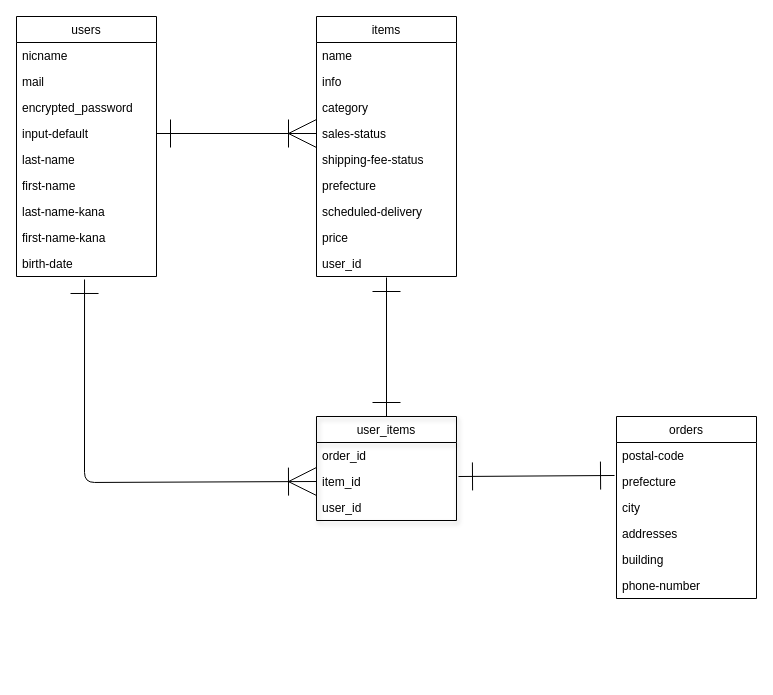
This is test.dio from onacyan2/furima-36991, a draw.io file, before an edit. Source tidied: cells renumbered, new cells numbered last; positions are measured from the earlier drawing's top-left corner, leaving out a move shared by most shapes. Both pictures are drawn from the tidied source at 100%, with x=0, y=0 at pixel (16, 16).
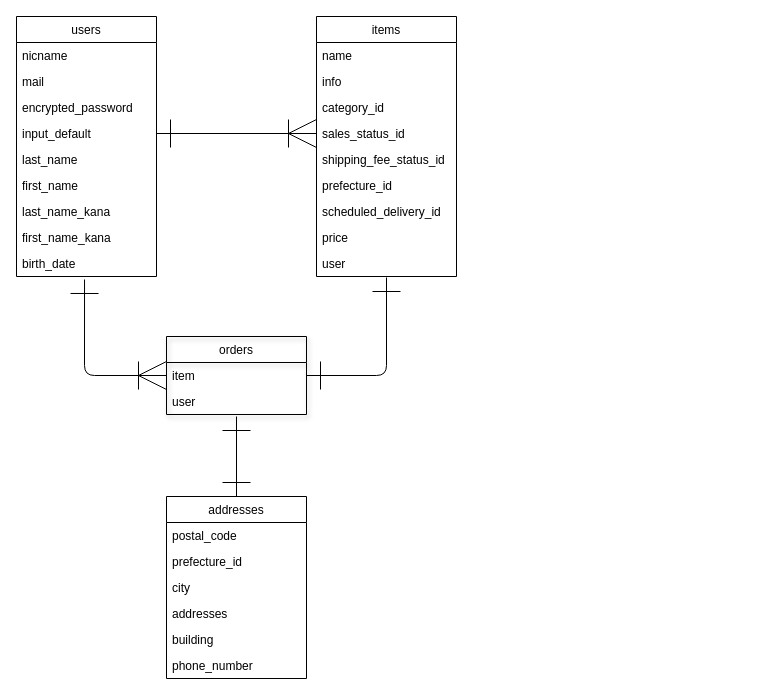
Above is the later version.

Commit message (it also covers changes not shown here):
ER図/READMEの変更３

Unchanged cells that the change refers to:
```xml
<mxCell id="9" value="items" style="swimlane;fontStyle=0;horizontal=1;startSize=26;" parent="1" vertex="1">
  <mxGeometry x="300" width="140" height="260" as="geometry" />
</mxCell>
<mxCell id="19" value="users" style="swimlane;fontStyle=0;horizontal=1;startSize=26;" parent="1" vertex="1">
  <mxGeometry width="140" height="260" as="geometry" />
</mxCell>
```

Diff of the diagram source:
```diff
@@
-    <mxCell id="2" value="orders" style="swimlane;fontStyle=0;horizontal=1;startSize=26;" parent="1" vertex="1">
-      <mxGeometry x="600" y="400" width="140" height="182" as="geometry" />
+    <mxCell id="2" value="addresses" style="swimlane;fontStyle=0;horizontal=1;startSize=26;" parent="1" vertex="1">
+      <mxGeometry x="150" y="480" width="140" height="182" as="geometry" />
     </mxCell>
-    <mxCell id="3" value="postal-code" style="text;strokeColor=none;fillColor=none;align=left;verticalAlign=top;spacingLeft=4;spacingRight=4;overflow=hidden;" parent="2" vertex="1">
+    <mxCell id="3" value="postal_code" style="text;strokeColor=none;fillColor=none;align=left;verticalAlign=top;spacingLeft=4;spacingRight=4;overflow=hidden;" parent="2" vertex="1">
       <mxGeometry y="26" width="140" height="26" as="geometry" />
     </mxCell>
-    <mxCell id="4" value="prefecture" style="text;strokeColor=none;fillColor=none;align=left;verticalAlign=top;spacingLeft=4;spacingRight=4;overflow=hidden;points=[[0,0.5],[1,0.5]];portConstraint=eastwest;" parent="2" vertex="1">
+    <mxCell id="4" value="prefecture_id" style="text;strokeColor=none;fillColor=none;align=left;verticalAlign=top;spacingLeft=4;spacingRight=4;overflow=hidden;points=[[0,0.5],[1,0.5]];portConstraint=eastwest;" parent="2" vertex="1">
       <mxGeometry y="52" width="140" height="26" as="geometry" />
     </mxCell>
@@
-    <mxCell id="8" value="phone-number" style="text;strokeColor=none;fillColor=none;align=left;verticalAlign=top;spacingLeft=4;spacingRight=4;overflow=hidden;" parent="2" vertex="1">
+    <mxCell id="8" value="phone_number" style="text;strokeColor=none;fillColor=none;align=left;verticalAlign=top;spacingLeft=4;spacingRight=4;overflow=hidden;" parent="2" vertex="1">
       <mxGeometry y="156" width="140" height="26" as="geometry" />
     </mxCell>
@@
-    <mxCell id="12" value="category" style="text;strokeColor=none;fillColor=none;align=left;verticalAlign=top;spacingLeft=4;spacingRight=4;overflow=hidden;" parent="9" vertex="1">
+    <mxCell id="12" value="category_id" style="text;strokeColor=none;fillColor=none;align=left;verticalAlign=top;spacingLeft=4;spacingRight=4;overflow=hidden;" parent="9" vertex="1">
       <mxGeometry y="78" width="140" height="26" as="geometry" />
     </mxCell>
-    <mxCell id="13" value="sales-status" style="text;strokeColor=none;fillColor=none;align=left;verticalAlign=top;spacingLeft=4;spacingRight=4;overflow=hidden;points=[[0,0.5],[1,0.5]];portConstraint=eastwest;" parent="9" vertex="1">
+    <mxCell id="13" value="sales_status_id" style="text;strokeColor=none;fillColor=none;align=left;verticalAlign=top;spacingLeft=4;spacingRight=4;overflow=hidden;points=[[0,0.5],[1,0.5]];portConstraint=eastwest;" parent="9" vertex="1">
       <mxGeometry y="104" width="140" height="26" as="geometry" />
     </mxCell>
-    <mxCell id="14" value="shipping-fee-status" style="text;strokeColor=none;fillColor=none;align=left;verticalAlign=top;spacingLeft=4;spacingRight=4;overflow=hidden;" parent="9" vertex="1">
+    <mxCell id="14" value="shipping_fee_status_id" style="text;strokeColor=none;fillColor=none;align=left;verticalAlign=top;spacingLeft=4;spacingRight=4;overflow=hidden;" parent="9" vertex="1">
       <mxGeometry y="130" width="140" height="26" as="geometry" />
     </mxCell>
-    <mxCell id="15" value="prefecture" style="text;strokeColor=none;fillColor=none;align=left;verticalAlign=top;spacingLeft=4;spacingRight=4;overflow=hidden;" parent="9" vertex="1">
+    <mxCell id="15" value="prefecture_id" style="text;strokeColor=none;fillColor=none;align=left;verticalAlign=top;spacingLeft=4;spacingRight=4;overflow=hidden;" parent="9" vertex="1">
       <mxGeometry y="156" width="140" height="26" as="geometry" />
     </mxCell>
-    <mxCell id="16" value="scheduled-delivery" style="text;strokeColor=none;fillColor=none;align=left;verticalAlign=top;spacingLeft=4;spacingRight=4;overflow=hidden;" parent="9" vertex="1">
+    <mxCell id="16" value="scheduled_delivery_id" style="text;strokeColor=none;fillColor=none;align=left;verticalAlign=top;spacingLeft=4;spacingRight=4;overflow=hidden;" parent="9" vertex="1">
       <mxGeometry y="182" width="140" height="26" as="geometry" />
     </mxCell>
@@
-    <mxCell id="18" value="user_id" style="text;strokeColor=none;fillColor=none;align=left;verticalAlign=top;spacingLeft=4;spacingRight=4;overflow=hidden;" parent="9" vertex="1">
+    <mxCell id="18" value="user" style="text;strokeColor=none;fillColor=none;align=left;verticalAlign=top;spacingLeft=4;spacingRight=4;overflow=hidden;" parent="9" vertex="1">
       <mxGeometry y="234" width="140" height="26" as="geometry" />
     </mxCell>
@@
-    <mxCell id="23" value="input-default" style="text;strokeColor=none;fillColor=none;align=left;verticalAlign=top;spacingLeft=4;spacingRight=4;overflow=hidden;points=[[0,0.5],[1,0.5]];portConstraint=eastwest;shadow=1;" parent="19" vertex="1">
+    <mxCell id="23" value="input_default" style="text;strokeColor=none;fillColor=none;align=left;verticalAlign=top;spacingLeft=4;spacingRight=4;overflow=hidden;points=[[0,0.5],[1,0.5]];portConstraint=eastwest;shadow=1;" parent="19" vertex="1">
       <mxGeometry y="104" width="140" height="26" as="geometry" />
     </mxCell>
-    <mxCell id="24" value="last-name" style="text;strokeColor=none;fillColor=none;align=left;verticalAlign=top;spacingLeft=4;spacingRight=4;overflow=hidden;shadow=1;" parent="19" vertex="1">
+    <mxCell id="24" value="last_name" style="text;strokeColor=none;fillColor=none;align=left;verticalAlign=top;spacingLeft=4;spacingRight=4;overflow=hidden;shadow=1;" parent="19" vertex="1">
       <mxGeometry y="130" width="140" height="26" as="geometry" />
     </mxCell>
-    <mxCell id="25" value="first-name" style="text;strokeColor=none;fillColor=none;align=left;verticalAlign=top;spacingLeft=4;spacingRight=4;overflow=hidden;shadow=1;" parent="19" vertex="1">
+    <mxCell id="25" value="first_name" style="text;strokeColor=none;fillColor=none;align=left;verticalAlign=top;spacingLeft=4;spacingRight=4;overflow=hidden;shadow=1;" parent="19" vertex="1">
       <mxGeometry y="156" width="140" height="26" as="geometry" />
     </mxCell>
-    <mxCell id="26" value="last-name-kana" style="text;strokeColor=none;fillColor=none;align=left;verticalAlign=top;spacingLeft=4;spacingRight=4;overflow=hidden;shadow=1;" parent="19" vertex="1">
+    <mxCell id="26" value="last_name_kana" style="text;strokeColor=none;fillColor=none;align=left;verticalAlign=top;spacingLeft=4;spacingRight=4;overflow=hidden;shadow=1;" parent="19" vertex="1">
       <mxGeometry y="182" width="140" height="26" as="geometry" />
     </mxCell>
-    <mxCell id="27" value="first-name-kana" style="text;strokeColor=none;fillColor=none;align=left;verticalAlign=top;spacingLeft=4;spacingRight=4;overflow=hidden;shadow=1;" parent="19" vertex="1">
+    <mxCell id="27" value="first_name_kana" style="text;strokeColor=none;fillColor=none;align=left;verticalAlign=top;spacingLeft=4;spacingRight=4;overflow=hidden;shadow=1;" parent="19" vertex="1">
       <mxGeometry y="208" width="140" height="26" as="geometry" />
     </mxCell>
-    <mxCell id="28" value="birth-date" style="text;strokeColor=none;fillColor=none;align=left;verticalAlign=top;spacingLeft=4;spacingRight=4;overflow=hidden;points=[[0,0.5],[1,0.5]];portConstraint=eastwest;shadow=1;" parent="19" vertex="1">
+    <mxCell id="28" value="birth_date" style="text;strokeColor=none;fillColor=none;align=left;verticalAlign=top;spacingLeft=4;spacingRight=4;overflow=hidden;points=[[0,0.5],[1,0.5]];portConstraint=eastwest;shadow=1;" parent="19" vertex="1">
       <mxGeometry y="234" width="140" height="26" as="geometry" />
     </mxCell>
-    <mxCell id="29" value="user_items" style="swimlane;fontStyle=0;horizontal=1;startSize=26;fillColor=none;shadow=1;verticalAlign=top;" parent="1" vertex="1">
-      <mxGeometry x="300" y="400" width="140" height="104" as="geometry" />
+    <mxCell id="29" value="orders" style="swimlane;fontStyle=0;horizontal=1;startSize=26;fillColor=none;shadow=1;verticalAlign=top;" parent="1" vertex="1">
+      <mxGeometry x="150" y="320" width="140" height="78" as="geometry" />
     </mxCell>
-    <mxCell id="30" value="order_id" style="text;strokeColor=none;fillColor=none;align=left;verticalAlign=top;spacingLeft=4;spacingRight=4;overflow=hidden;" parent="29" vertex="1">
-      <mxGeometry y="26" width="140" height="26" as="geometry" />
-    </mxCell>
-    <mxCell id="31" value="item_id" style="text;strokeColor=none;fillColor=none;align=left;verticalAlign=top;spacingLeft=4;spacingRight=4;overflow=hidden;points=[[0,0.5],[1,0.5]];portConstraint=eastwest;" parent="29" vertex="1">
-      <mxGeometry y="52" width="140" height="26" as="geometry" />
+    <mxCell id="31" value="item" style="text;strokeColor=none;fillColor=none;align=left;verticalAlign=top;spacingLeft=4;spacingRight=4;overflow=hidden;points=[[0,0.5],[1,0.5]];portConstraint=eastwest;" parent="29" vertex="1">
+      <mxGeometry y="26" width="140" height="26" as="geometry" />
     </mxCell>
-    <mxCell id="32" value="user_id" style="text;strokeColor=none;fillColor=none;align=left;verticalAlign=top;spacingLeft=4;spacingRight=4;overflow=hidden;" parent="29" vertex="1">
-      <mxGeometry y="78" width="140" height="26" as="geometry" />
+    <mxCell id="32" value="user" style="text;strokeColor=none;fillColor=none;align=left;verticalAlign=top;spacingLeft=4;spacingRight=4;overflow=hidden;" parent="29" vertex="1">
+      <mxGeometry y="52" width="140" height="26" as="geometry" />
     </mxCell>
@@
     <mxCell id="34" style="endArrow=ERone;startArrow=ERoneToMany;html=1;startSize=26;endSize=26;targetPerimeterSpacing=0;entryX=0.486;entryY=1.115;entryDx=0;entryDy=0;entryPerimeter=0;exitX=0;exitY=0.5;exitDx=0;exitDy=0;endFill=0;startFill=0;" parent="1" edge="1" source="31" target="28">
       <mxGeometry relative="1" as="geometry">
         <Array as="points">
-          <mxPoint x="68" y="466" />
+          <mxPoint x="68" y="359" />
         </Array>
       </mxGeometry>
     </mxCell>
-    <mxCell id="35" style="endArrow=ERone;startArrow=ERone;html=1;startSize=26;endSize=26;targetPerimeterSpacing=0;exitX=0.5;exitY=0;exitDx=0;exitDy=0;endFill=0;startFill=0;" parent="1" edge="1" source="29">
+    <mxCell id="35" style="endArrow=ERone;startArrow=ERone;html=1;startSize=26;endSize=26;targetPerimeterSpacing=0;exitX=1;exitY=0.5;exitDx=0;exitDy=0;endFill=0;startFill=0;" parent="1" edge="1" source="31">
       <mxGeometry relative="1" as="geometry">
         <mxPoint x="370" y="261" as="targetPoint" />
+        <Array as="points">
+          <mxPoint x="370" y="359" />
+        </Array>
       </mxGeometry>
     </mxCell>
-    <mxCell id="36" style="endArrow=ERone;startArrow=ERone;html=1;startSize=26;endSize=26;targetPerimeterSpacing=0;endFill=0;startFill=0;entryX=-0.014;entryY=0.269;entryDx=0;entryDy=0;entryPerimeter=0;" parent="1" edge="1" target="4">
+    <mxCell id="36" style="endArrow=ERone;startArrow=ERone;html=1;startSize=26;endSize=26;targetPerimeterSpacing=0;endFill=0;startFill=0;entryX=0.5;entryY=0;entryDx=0;entryDy=0;" parent="1" edge="1" target="2">
       <mxGeometry relative="1" as="geometry">
-        <mxPoint x="442" y="460" as="sourcePoint" />
+        <mxPoint x="220" y="400" as="sourcePoint" />
       </mxGeometry>
     </mxCell>
```
